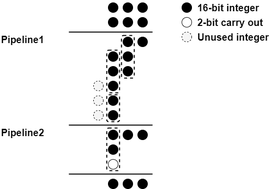
Before: project/lolenc/MACPipeline.png, a diagram exported from draw.io (alexist2623/alexist2623.github.io). Source tidied: cells renumbered, new cells last; positions are measured from the earlier drawing's top-left corner, leaving out a move shared by most shapes.
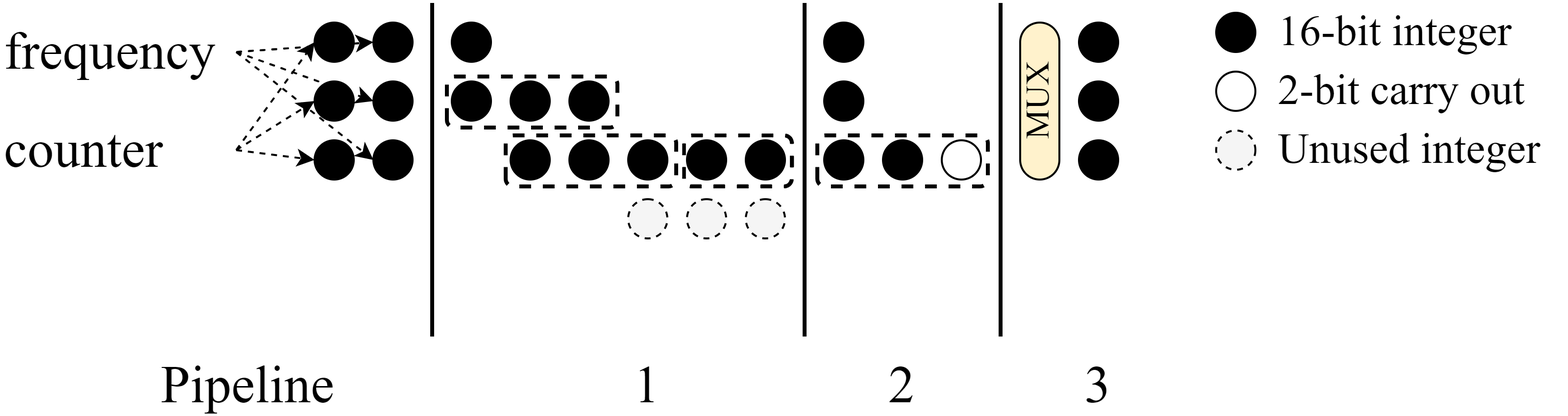
After the commit.

Change to the diagram source:
```diff
@@ -2,137 +2,173 @@
   <root>
     <mxCell id="0" />
     <mxCell id="1" parent="0" />
+    <mxCell id="41" value="Pipeline" style="text;html=1;align=left;verticalAlign=middle;whiteSpace=wrap;rounded=0;fontStyle=0;fontSize=27;fontFamily=Times New Roman;" parent="1" vertex="1">
+      <mxGeometry x="-60" y="305" width="96" height="30" as="geometry" />
+    </mxCell>
+    <mxCell id="42" value="2" style="text;html=1;align=center;verticalAlign=middle;whiteSpace=wrap;rounded=0;fontStyle=0;fontSize=27;fontFamily=Times New Roman;" parent="1" vertex="1">
+      <mxGeometry x="305" y="305" width="30" height="30" as="geometry" />
+    </mxCell>
-    <mxCell id="2" style="rounded=1;whiteSpace=wrap;html=1;fillColor=none;strokeWidth=2;dashed=1;" parent="1" vertex="1">
-      <mxGeometry x="217" y="261" width="26" height="87" as="geometry" />
+    <mxCell id="2" style="rounded=1;whiteSpace=wrap;html=1;fillColor=none;strokeWidth=2;dashed=1;fontFamily=Times New Roman;fontStyle=0;rotation=-90;" parent="1" vertex="1">
+      <mxGeometry x="307" y="162" width="26" height="87" as="geometry" />
     </mxCell>
-    <mxCell id="3" style="rounded=1;whiteSpace=wrap;html=1;fillColor=none;strokeWidth=2;dashed=1;" parent="1" vertex="1">
-      <mxGeometry x="247" y="72" width="26" height="87" as="geometry" />
+    <mxCell id="3" style="rounded=1;whiteSpace=wrap;html=1;fillColor=none;strokeWidth=2;dashed=1;fontFamily=Times New Roman;fontStyle=0;rotation=-90;" parent="1" vertex="1">
+      <mxGeometry x="118" y="132" width="26" height="87" as="geometry" />
     </mxCell>
-    <mxCell id="4" style="endArrow=none;html=1;rounded=0;strokeWidth=2;" parent="1" edge="1">
+    <mxCell id="4" style="endArrow=none;html=1;rounded=0;strokeWidth=2;fontFamily=Times New Roman;fontStyle=0;" parent="1" edge="1">
       <mxGeometry relative="1" as="geometry">
-        <mxPoint x="140" y="65" as="sourcePoint" />
-        <mxPoint x="310" y="65" as="targetPoint" />
+        <mxPoint x="80" y="295" as="sourcePoint" />
+        <mxPoint x="80" y="125" as="targetPoint" />
       </mxGeometry>
     </mxCell>
-    <mxCell id="5" style="ellipse;whiteSpace=wrap;html=1;fillColor=#000000;" parent="1" vertex="1">
-      <mxGeometry x="280" y="35" width="20" height="20" as="geometry" />
+    <mxCell id="5" style="ellipse;whiteSpace=wrap;html=1;fillColor=#000000;fontFamily=Times New Roman;fontStyle=0;rotation=-90;" parent="1" vertex="1">
+      <mxGeometry x="50" y="135" width="20" height="20" as="geometry" />
     </mxCell>
-    <mxCell id="6" style="ellipse;whiteSpace=wrap;html=1;fillColor=#000000;" parent="1" vertex="1">
-      <mxGeometry x="250" y="35" width="20" height="20" as="geometry" />
+    <mxCell id="6" style="ellipse;whiteSpace=wrap;html=1;fillColor=#000000;fontFamily=Times New Roman;fontStyle=0;rotation=-90;" parent="1" vertex="1">
+      <mxGeometry x="50" y="165" width="20" height="20" as="geometry" />
     </mxCell>
-    <mxCell id="7" style="ellipse;whiteSpace=wrap;html=1;fillColor=#000000;" parent="1" vertex="1">
-      <mxGeometry x="220" y="35" width="20" height="20" as="geometry" />
+    <mxCell id="7" style="ellipse;whiteSpace=wrap;html=1;fillColor=#000000;fontFamily=Times New Roman;fontStyle=0;rotation=-90;" parent="1" vertex="1">
+      <mxGeometry x="50" y="195" width="20" height="20" as="geometry" />
     </mxCell>
-    <mxCell id="8" style="ellipse;whiteSpace=wrap;html=1;fillColor=#000000;" parent="1" vertex="1">
-      <mxGeometry x="280" y="5" width="20" height="20" as="geometry" />
+    <mxCell id="8" style="ellipse;whiteSpace=wrap;html=1;fillColor=#000000;fontFamily=Times New Roman;fontStyle=0;rotation=-90;" parent="1" vertex="1">
+      <mxGeometry x="20" y="135" width="20" height="20" as="geometry" />
     </mxCell>
-    <mxCell id="9" style="ellipse;whiteSpace=wrap;html=1;fillColor=#000000;" parent="1" vertex="1">
-      <mxGeometry x="250" y="5" width="20" height="20" as="geometry" />
+    <mxCell id="9" style="ellipse;whiteSpace=wrap;html=1;fillColor=#000000;fontFamily=Times New Roman;fontStyle=0;rotation=-90;" parent="1" vertex="1">
+      <mxGeometry x="20" y="165" width="20" height="20" as="geometry" />
     </mxCell>
-    <mxCell id="10" style="ellipse;whiteSpace=wrap;html=1;fillColor=#000000;" parent="1" vertex="1">
-      <mxGeometry x="220" y="5" width="20" height="20" as="geometry" />
+    <mxCell id="10" style="ellipse;whiteSpace=wrap;html=1;fillColor=#000000;fontFamily=Times New Roman;fontStyle=0;rotation=-90;" parent="1" vertex="1">
+      <mxGeometry x="20" y="195" width="20" height="20" as="geometry" />
     </mxCell>
-    <mxCell id="11" style="ellipse;whiteSpace=wrap;html=1;fillColor=#000000;" parent="1" vertex="1">
-      <mxGeometry x="250" y="135" width="20" height="20" as="geometry" />
+    <mxCell id="11" style="ellipse;whiteSpace=wrap;html=1;fillColor=#000000;fontFamily=Times New Roman;fontStyle=0;rotation=-90;" parent="1" vertex="1">
+      <mxGeometry x="150" y="165" width="20" height="20" as="geometry" />
     </mxCell>
-    <mxCell id="12" style="ellipse;whiteSpace=wrap;html=1;fillColor=#000000;" parent="1" vertex="1">
-      <mxGeometry x="250" y="105" width="20" height="20" as="geometry" />
+    <mxCell id="12" style="ellipse;whiteSpace=wrap;html=1;fillColor=#000000;fontFamily=Times New Roman;fontStyle=0;rotation=-90;" parent="1" vertex="1">
+      <mxGeometry x="120" y="165" width="20" height="20" as="geometry" />
     </mxCell>
-    <mxCell id="13" style="ellipse;whiteSpace=wrap;html=1;fillColor=#000000;" parent="1" vertex="1">
-      <mxGeometry x="220" y="105" width="20" height="20" as="geometry" />
+    <mxCell id="13" style="ellipse;whiteSpace=wrap;html=1;fillColor=#000000;fontFamily=Times New Roman;fontStyle=0;rotation=-90;" parent="1" vertex="1">
+      <mxGeometry x="120" y="195" width="20" height="20" as="geometry" />
     </mxCell>
-    <mxCell id="14" style="ellipse;whiteSpace=wrap;html=1;fillColor=#000000;" parent="1" vertex="1">
-      <mxGeometry x="280" y="75" width="20" height="20" as="geometry" />
+    <mxCell id="14" style="ellipse;whiteSpace=wrap;html=1;fillColor=#000000;fontFamily=Times New Roman;fontStyle=0;rotation=-90;" parent="1" vertex="1">
+      <mxGeometry x="90" y="135" width="20" height="20" as="geometry" />
     </mxCell>
-    <mxCell id="15" style="ellipse;whiteSpace=wrap;html=1;fillColor=#000000;" parent="1" vertex="1">
-      <mxGeometry x="250" y="75" width="20" height="20" as="geometry" />
+    <mxCell id="15" style="ellipse;whiteSpace=wrap;html=1;fillColor=#000000;fontFamily=Times New Roman;fontStyle=0;rotation=-90;" parent="1" vertex="1">
+      <mxGeometry x="90" y="165" width="20" height="20" as="geometry" />
     </mxCell>
-    <mxCell id="16" style="ellipse;whiteSpace=wrap;html=1;fillColor=#000000;" parent="1" vertex="1">
-      <mxGeometry x="220" y="135" width="20" height="20" as="geometry" />
+    <mxCell id="16" style="ellipse;whiteSpace=wrap;html=1;fillColor=#000000;fontFamily=Times New Roman;fontStyle=0;rotation=-90;" parent="1" vertex="1">
+      <mxGeometry x="150" y="195" width="20" height="20" as="geometry" />
     </mxCell>
-    <mxCell id="17" style="ellipse;whiteSpace=wrap;html=1;fillColor=#000000;" parent="1" vertex="1">
-      <mxGeometry x="220" y="195" width="20" height="20" as="geometry" />
+    <mxCell id="17" style="ellipse;whiteSpace=wrap;html=1;fillColor=#000000;fontFamily=Times New Roman;fontStyle=0;rotation=-90;" parent="1" vertex="1">
+      <mxGeometry x="210" y="195" width="20" height="20" as="geometry" />
     </mxCell>
-    <mxCell id="18" style="ellipse;whiteSpace=wrap;html=1;fillColor=#000000;" parent="1" vertex="1">
-      <mxGeometry x="220" y="165" width="20" height="20" as="geometry" />
+    <mxCell id="18" style="ellipse;whiteSpace=wrap;html=1;fillColor=#000000;fontFamily=Times New Roman;fontStyle=0;rotation=-90;" parent="1" vertex="1">
+      <mxGeometry x="180" y="195" width="20" height="20" as="geometry" />
     </mxCell>
-    <mxCell id="19" style="ellipse;whiteSpace=wrap;html=1;fillColor=#F5F5F5;strokeColor=default;dashed=1;" parent="1" vertex="1">
-      <mxGeometry x="190" y="165" width="20" height="20" as="geometry" />
+    <mxCell id="19" style="ellipse;whiteSpace=wrap;html=1;fillColor=#F5F5F5;strokeColor=default;dashed=1;fontFamily=Times New Roman;fontStyle=0;rotation=-90;" parent="1" vertex="1">
+      <mxGeometry x="180" y="225" width="20" height="20" as="geometry" />
     </mxCell>
-    <mxCell id="20" style="ellipse;whiteSpace=wrap;html=1;fillColor=#F5F5F5;strokeColor=default;dashed=1;" parent="1" vertex="1">
-      <mxGeometry x="190" y="195" width="20" height="20" as="geometry" />
+    <mxCell id="20" style="ellipse;whiteSpace=wrap;html=1;fillColor=#F5F5F5;strokeColor=default;dashed=1;fontFamily=Times New Roman;fontStyle=0;rotation=-90;" parent="1" vertex="1">
+      <mxGeometry x="210" y="225" width="20" height="20" as="geometry" />
     </mxCell>
-    <mxCell id="21" style="ellipse;whiteSpace=wrap;html=1;fillColor=#000000;" parent="1" vertex="1">
-      <mxGeometry x="220" y="225" width="20" height="20" as="geometry" />
+    <mxCell id="21" style="ellipse;whiteSpace=wrap;html=1;fillColor=#000000;fontFamily=Times New Roman;fontStyle=0;rotation=-90;" parent="1" vertex="1">
+      <mxGeometry x="240" y="195" width="20" height="20" as="geometry" />
     </mxCell>
-    <mxCell id="22" style="ellipse;whiteSpace=wrap;html=1;fillColor=#F5F5F5;strokeColor=default;dashed=1;" parent="1" vertex="1">
-      <mxGeometry x="190" y="225" width="20" height="20" as="geometry" />
+    <mxCell id="22" style="ellipse;whiteSpace=wrap;html=1;fillColor=#F5F5F5;strokeColor=default;dashed=1;fontFamily=Times New Roman;fontStyle=0;rotation=-90;" parent="1" vertex="1">
+      <mxGeometry x="240" y="225" width="20" height="20" as="geometry" />
     </mxCell>
-    <mxCell id="23" style="endArrow=none;html=1;rounded=0;strokeWidth=2;" parent="1" edge="1">
+    <mxCell id="23" style="endArrow=none;html=1;rounded=0;strokeWidth=2;fontFamily=Times New Roman;fontStyle=0;" parent="1" edge="1">
       <mxGeometry relative="1" as="geometry">
-        <mxPoint x="140" y="255" as="sourcePoint" />
-        <mxPoint x="310" y="255" as="targetPoint" />
+        <mxPoint x="270" y="295" as="sourcePoint" />
+        <mxPoint x="270" y="125" as="targetPoint" />
       </mxGeometry>
     </mxCell>
-    <mxCell id="24" style="ellipse;whiteSpace=wrap;html=1;fillColor=#000000;" parent="1" vertex="1">
-      <mxGeometry x="280" y="265" width="20" height="20" as="geometry" />
+    <mxCell id="24" style="ellipse;whiteSpace=wrap;html=1;fillColor=#000000;fontFamily=Times New Roman;fontStyle=0;rotation=-90;" parent="1" vertex="1">
+      <mxGeometry x="280" y="135" width="20" height="20" as="geometry" />
     </mxCell>
-    <mxCell id="25" style="ellipse;whiteSpace=wrap;html=1;fillColor=#000000;" parent="1" vertex="1">
-      <mxGeometry x="250" y="265" width="20" height="20" as="geometry" />
+    <mxCell id="25" style="ellipse;whiteSpace=wrap;html=1;fillColor=#000000;fontFamily=Times New Roman;fontStyle=0;rotation=-90;" parent="1" vertex="1">
+      <mxGeometry x="280" y="165" width="20" height="20" as="geometry" />
     </mxCell>
-    <mxCell id="26" style="ellipse;whiteSpace=wrap;html=1;fillColor=#000000;" parent="1" vertex="1">
-      <mxGeometry x="220" y="265" width="20" height="20" as="geometry" />
+    <mxCell id="26" style="ellipse;whiteSpace=wrap;html=1;fillColor=#000000;fontFamily=Times New Roman;fontStyle=0;rotation=-90;" parent="1" vertex="1">
+      <mxGeometry x="280" y="195" width="20" height="20" as="geometry" />
     </mxCell>
-    <mxCell id="27" style="ellipse;whiteSpace=wrap;html=1;fillColor=#000000;" parent="1" vertex="1">
-      <mxGeometry x="220" y="295" width="20" height="20" as="geometry" />
+    <mxCell id="27" style="ellipse;whiteSpace=wrap;html=1;fillColor=#000000;fontFamily=Times New Roman;fontStyle=0;rotation=-90;" parent="1" vertex="1">
+      <mxGeometry x="310" y="195" width="20" height="20" as="geometry" />
     </mxCell>
-    <mxCell id="28" style="endArrow=none;html=1;rounded=0;strokeWidth=2;" parent="1" edge="1">
+    <mxCell id="28" style="endArrow=none;html=1;rounded=0;strokeWidth=2;fontFamily=Times New Roman;fontStyle=0;" parent="1" edge="1">
       <mxGeometry relative="1" as="geometry">
-        <mxPoint x="140" y="355" as="sourcePoint" />
-        <mxPoint x="310" y="355" as="targetPoint" />
+        <mxPoint x="370" y="295" as="sourcePoint" />
+        <mxPoint x="370" y="125" as="targetPoint" />
       </mxGeometry>
     </mxCell>
-    <mxCell id="29" style="rounded=1;whiteSpace=wrap;html=1;fillColor=none;strokeWidth=2;dashed=1;" parent="1" vertex="1">
-      <mxGeometry x="217" y="102" width="26" height="87" as="geometry" />
+    <mxCell id="29" style="rounded=1;whiteSpace=wrap;html=1;fillColor=none;strokeWidth=2;dashed=1;fontFamily=Times New Roman;fontStyle=0;rotation=-90;" parent="1" vertex="1">
+      <mxGeometry x="148" y="162" width="26" height="87" as="geometry" />
     </mxCell>
-    <mxCell id="30" style="rounded=1;whiteSpace=wrap;html=1;fillColor=none;strokeWidth=2;dashed=1;" parent="1" vertex="1">
-      <mxGeometry x="217" y="193" width="26" height="55" as="geometry" />
+    <mxCell id="30" style="rounded=1;whiteSpace=wrap;html=1;fillColor=none;strokeWidth=2;dashed=1;fontFamily=Times New Roman;fontStyle=0;rotation=-90;" parent="1" vertex="1">
+      <mxGeometry x="223" y="178" width="26" height="55" as="geometry" />
     </mxCell>
-    <mxCell id="31" style="ellipse;whiteSpace=wrap;html=1;fillColor=#FFFFFF;" parent="1" vertex="1">
-      <mxGeometry x="220" y="325" width="20" height="20" as="geometry" />
+    <mxCell id="31" style="ellipse;whiteSpace=wrap;html=1;fillColor=#FFFFFF;fontFamily=Times New Roman;fontStyle=0;rotation=-90;" parent="1" vertex="1">
+      <mxGeometry x="340" y="195" width="20" height="20" as="geometry" />
     </mxCell>
-    <mxCell id="32" style="ellipse;whiteSpace=wrap;html=1;fillColor=#000000;" parent="1" vertex="1">
-      <mxGeometry x="220" y="365" width="20" height="20" as="geometry" />
+    <mxCell id="32" style="ellipse;whiteSpace=wrap;html=1;fillColor=#000000;fontFamily=Times New Roman;fontStyle=0;rotation=-90;" parent="1" vertex="1">
+      <mxGeometry x="410" y="195" width="20" height="20" as="geometry" />
     </mxCell>
-    <mxCell id="33" style="ellipse;whiteSpace=wrap;html=1;fillColor=#000000;" parent="1" vertex="1">
-      <mxGeometry x="250" y="365" width="20" height="20" as="geometry" />
+    <mxCell id="33" style="ellipse;whiteSpace=wrap;html=1;fillColor=#000000;fontFamily=Times New Roman;fontStyle=0;rotation=-90;" parent="1" vertex="1">
+      <mxGeometry x="410" y="165" width="20" height="20" as="geometry" />
     </mxCell>
-    <mxCell id="34" style="ellipse;whiteSpace=wrap;html=1;fillColor=#000000;" parent="1" vertex="1">
-      <mxGeometry x="280" y="365" width="20" height="20" as="geometry" />
+    <mxCell id="34" style="ellipse;whiteSpace=wrap;html=1;fillColor=#000000;fontFamily=Times New Roman;fontStyle=0;rotation=-90;" parent="1" vertex="1">
+      <mxGeometry x="410" y="135" width="20" height="20" as="geometry" />
     </mxCell>
+    <mxCell id="43" value="&lt;font style=&quot;font-size: 17px;&quot; face=&quot;Times New Roman&quot;&gt;MUX&lt;/font&gt;" style="rounded=1;whiteSpace=wrap;html=1;arcSize=50;fillColor=#fff2cc;strokeColor=default;rotation=-90;" parent="1" vertex="1">
+      <mxGeometry x="350" y="165" width="80" height="20" as="geometry" />
+    </mxCell>
+    <mxCell id="44" style="group;" parent="1" vertex="1">
+      <mxGeometry x="480" y="125" width="180" height="90" as="geometry" />
+    </mxCell>
-    <mxCell id="35" style="ellipse;whiteSpace=wrap;html=1;fillColor=#000000;" parent="1" vertex="1">
-      <mxGeometry x="370" y="5" width="20" height="20" as="geometry" />
+    <mxCell id="35" style="ellipse;whiteSpace=wrap;html=1;fillColor=#000000;fontFamily=Times New Roman;fontStyle=0;" parent="44" vertex="1">
+      <mxGeometry y="5" width="20" height="20" as="geometry" />
     </mxCell>
-    <mxCell id="36" style="ellipse;whiteSpace=wrap;html=1;fillColor=#FFFFFF;" parent="1" vertex="1">
-      <mxGeometry x="370" y="35" width="20" height="20" as="geometry" />
+    <mxCell id="36" style="ellipse;whiteSpace=wrap;html=1;fillColor=#FFFFFF;fontFamily=Times New Roman;fontStyle=0;" parent="44" vertex="1">
+      <mxGeometry y="35" width="20" height="20" as="geometry" />
     </mxCell>
-    <mxCell id="37" style="ellipse;whiteSpace=wrap;html=1;fillColor=#F5F5F5;strokeColor=default;dashed=1;" parent="1" vertex="1">
-      <mxGeometry x="370" y="65" width="20" height="20" as="geometry" />
+    <mxCell id="37" style="ellipse;whiteSpace=wrap;html=1;fillColor=#F5F5F5;strokeColor=default;dashed=1;fontFamily=Times New Roman;fontStyle=0;" parent="44" vertex="1">
+      <mxGeometry y="65" width="20" height="20" as="geometry" />
     </mxCell>
-    <mxCell id="38" value="16-bit integer" style="text;html=1;align=left;verticalAlign=middle;whiteSpace=wrap;rounded=0;fontStyle=1;fontSize=20;" parent="1" vertex="1">
-      <mxGeometry x="400" width="130" height="30" as="geometry" />
+    <mxCell id="38" value="16-bit integer" style="text;html=1;align=left;verticalAlign=middle;whiteSpace=wrap;rounded=0;fontStyle=0;fontSize=22;fontFamily=Times New Roman;" parent="44" vertex="1">
+      <mxGeometry x="30" width="130" height="30" as="geometry" />
     </mxCell>
-    <mxCell id="39" value="2-bit carry out" style="text;html=1;align=left;verticalAlign=middle;whiteSpace=wrap;rounded=0;fontStyle=1;fontSize=20;" parent="1" vertex="1">
-      <mxGeometry x="400" y="30" width="150" height="30" as="geometry" />
+    <mxCell id="39" value="2-bit carry out" style="text;html=1;align=left;verticalAlign=middle;whiteSpace=wrap;rounded=0;fontStyle=0;fontSize=22;fontFamily=Times New Roman;" parent="44" vertex="1">
+      <mxGeometry x="30" y="30" width="150" height="30" as="geometry" />
     </mxCell>
-    <mxCell id="40" value="Unused integer" style="text;html=1;align=left;verticalAlign=middle;whiteSpace=wrap;rounded=0;fontStyle=1;fontSize=20;" parent="1" vertex="1">
-      <mxGeometry x="400" y="60" width="150" height="30" as="geometry" />
+    <mxCell id="40" value="Unused integer" style="text;html=1;align=left;verticalAlign=middle;whiteSpace=wrap;rounded=0;fontStyle=0;fontSize=22;fontFamily=Times New Roman;" parent="44" vertex="1">
+      <mxGeometry x="30" y="60" width="150" height="30" as="geometry" />
     </mxCell>
-    <mxCell id="41" value="Pipeline1" style="text;html=1;align=left;verticalAlign=middle;whiteSpace=wrap;rounded=0;fontStyle=1;fontSize=20;" parent="1" vertex="1">
-      <mxGeometry y="65" width="130" height="30" as="geometry" />
-    </mxCell>
-    <mxCell id="42" value="Pipeline2" style="text;html=1;align=left;verticalAlign=middle;whiteSpace=wrap;rounded=0;fontStyle=1;fontSize=20;" parent="1" vertex="1">
-      <mxGeometry y="255" width="130" height="30" as="geometry" />
-    </mxCell>
+    <mxCell id="45" value="1" style="text;html=1;align=center;verticalAlign=middle;whiteSpace=wrap;rounded=0;fontStyle=0;fontSize=27;fontFamily=Times New Roman;" parent="1" vertex="1">
+      <mxGeometry x="168" y="305" width="44" height="30" as="geometry" />
+    </mxCell>
+    <mxCell id="46" value="3" style="text;html=1;align=center;verticalAlign=middle;whiteSpace=wrap;rounded=0;fontStyle=0;fontSize=27;fontFamily=Times New Roman;" parent="1" vertex="1">
+      <mxGeometry x="405" y="305" width="30" height="30" as="geometry" />
+    </mxCell>
+    <mxCell id="47" style="rounded=0;jettySize=auto;html=1;exitX=1;exitY=0.5;exitDx=0;exitDy=0;entryX=0.5;entryY=0;entryDx=0;entryDy=0;dashed=1;" parent="1" edge="1" source="50" target="5">
+      <mxGeometry relative="1" as="geometry" />
+    </mxCell>
+    <mxCell id="48" style="rounded=0;jettySize=auto;html=1;exitX=1;exitY=0.5;exitDx=0;exitDy=0;entryX=0.5;entryY=0;entryDx=0;entryDy=0;dashed=1;" parent="1" edge="1" source="50" target="6">
+      <mxGeometry relative="1" as="geometry" />
+    </mxCell>
+    <mxCell id="49" style="rounded=0;jettySize=auto;html=1;exitX=1;exitY=0.5;exitDx=0;exitDy=0;entryX=0.5;entryY=0;entryDx=0;entryDy=0;dashed=1;" parent="1" edge="1" source="50" target="7">
+      <mxGeometry relative="1" as="geometry" />
+    </mxCell>
+    <mxCell id="50" value="frequency" style="text;html=1;align=left;verticalAlign=middle;whiteSpace=wrap;rounded=0;fontStyle=0;fontSize=27;fontFamily=Times New Roman;" parent="1" vertex="1">
+      <mxGeometry x="-140" y="135" width="120" height="30" as="geometry" />
+    </mxCell>
+    <mxCell id="51" style="rounded=0;jettySize=auto;html=1;exitX=1;exitY=0.5;exitDx=0;exitDy=0;entryX=0.5;entryY=0;entryDx=0;entryDy=0;dashed=1;" parent="1" edge="1" source="54" target="8">
+      <mxGeometry relative="1" as="geometry" />
+    </mxCell>
+    <mxCell id="52" style="rounded=0;jettySize=auto;html=1;exitX=1;exitY=0.5;exitDx=0;exitDy=0;entryX=0.5;entryY=0;entryDx=0;entryDy=0;dashed=1;" parent="1" edge="1" source="54" target="9">
+      <mxGeometry relative="1" as="geometry" />
+    </mxCell>
+    <mxCell id="53" style="rounded=0;jettySize=auto;html=1;exitX=1;exitY=0.5;exitDx=0;exitDy=0;entryX=0.5;entryY=0;entryDx=0;entryDy=0;dashed=1;" parent="1" edge="1" source="54" target="10">
+      <mxGeometry relative="1" as="geometry" />
+    </mxCell>
+    <mxCell id="54" value="counter" style="text;html=1;align=left;verticalAlign=middle;whiteSpace=wrap;rounded=0;fontStyle=0;fontSize=27;fontFamily=Times New Roman;" parent="1" vertex="1">
+      <mxGeometry x="-140" y="185" width="120" height="30" as="geometry" />
+    </mxCell>
   </root>
 </mxGraphModel>
```
